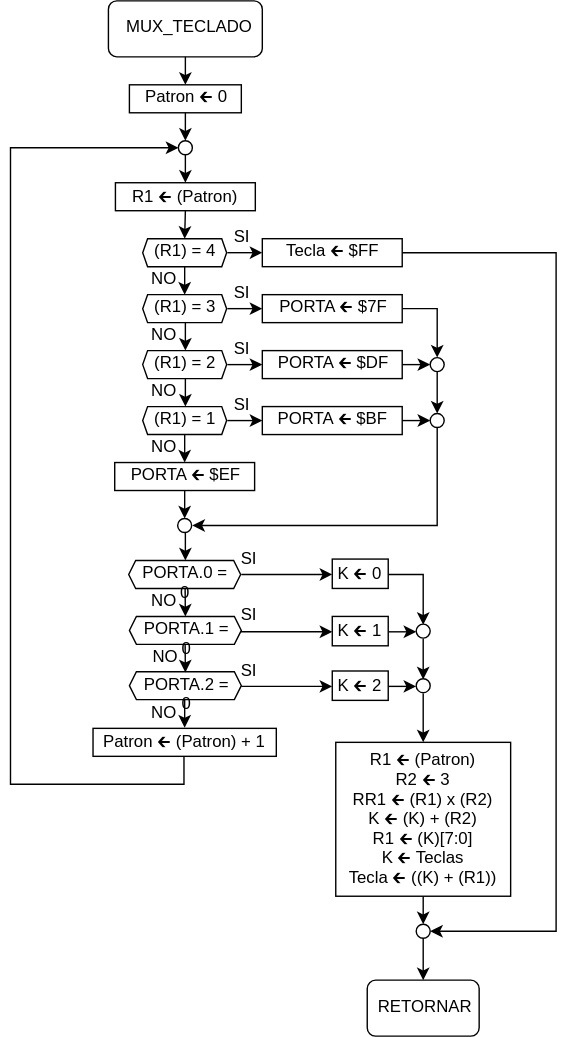
Above: PROYECTO/diagrams_svg/MUX_TECLADO.svg in slealq/micros (draw.io), before the change. Source tidied: cells renumbered, new cells last; positions are measured from the earlier drawing's top-left corner, leaving out a move shared by most shapes.
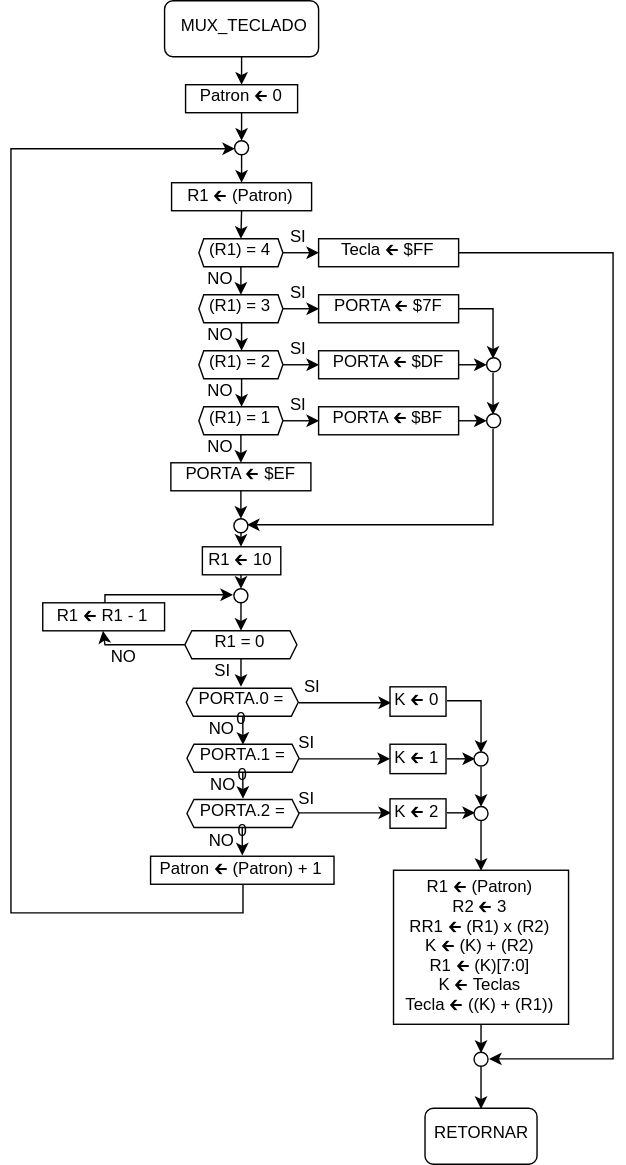
After the commit.

Diff of the diagram source:
```diff
@@ -77,7 +77,7 @@
       <mxGeometry relative="1" as="geometry">
         <Array as="points">
           <mxPoint x="390" y="180" />
-          <mxPoint x="390" y="665" />
+          <mxPoint x="390" y="756" />
         </Array>
       </mxGeometry>
     </mxCell>
@@ -96,9 +96,9 @@
     <mxCell id="28" value="PORTA 🡰 $BF" style="rounded=0;whiteSpace=wrap;html=1;" parent="1" vertex="1">
       <mxGeometry x="180" y="290" width="100" height="20" as="geometry" />
     </mxCell>
-    <mxCell id="29" style="edgeStyle=orthogonalEdgeStyle;rounded=0;jettySize=auto;html=1;exitX=0.5;exitY=1;exitDx=0;exitDy=0;entryX=0.5;entryY=0;entryDx=0;entryDy=0;" parent="1" edge="1" source="30" target="47">
-      <mxGeometry relative="1" as="geometry" />
-    </mxCell>
+    <mxCell id="78" style="edgeStyle=orthogonalEdgeStyle;rounded=0;jettySize=auto;html=1;exitX=0.5;exitY=1;exitDx=0;exitDy=0;entryX=0.5;entryY=0;entryDx=0;entryDy=0;" parent="1" edge="1" source="30" target="80">
+      <mxGeometry relative="1" as="geometry" />
+    </mxCell>
     <mxCell id="30" style="ellipse;whiteSpace=wrap;align=center;html=1;" parent="1" vertex="1">
       <mxGeometry x="119.5" y="370" width="10" height="10" as="geometry" />
     </mxCell>
@@ -157,117 +157,160 @@
       <mxGeometry relative="1" as="geometry" />
     </mxCell>
     <mxCell id="47" value="PORTA.0 = 0" style="shape=hexagon;perimeter=hexagonPerimeter2;whiteSpace=wrap;html=1;size=0.06238095238095184;" parent="1" vertex="1">
-      <mxGeometry x="84.5" y="400" width="80" height="20" as="geometry" />
+      <mxGeometry x="85.5" y="491" width="80" height="20" as="geometry" />
     </mxCell>
     <mxCell id="48" style="edgeStyle=orthogonalEdgeStyle;rounded=0;jettySize=auto;html=1;exitX=1;exitY=0.5;exitDx=0;exitDy=0;" parent="1" edge="1" source="49" target="63">
       <mxGeometry relative="1" as="geometry">
         <Array as="points">
-          <mxPoint x="210" y="451" />
-          <mxPoint x="210" y="451" />
+          <mxPoint x="211" y="542" />
+          <mxPoint x="211" y="542" />
         </Array>
       </mxGeometry>
     </mxCell>
     <mxCell id="49" value="PORTA.1 = 0" style="shape=hexagon;perimeter=hexagonPerimeter2;whiteSpace=wrap;html=1;size=0.06238095238095184;" parent="1" vertex="1">
-      <mxGeometry x="85" y="440" width="80" height="20" as="geometry" />
+      <mxGeometry x="86" y="531" width="80" height="20" as="geometry" />
     </mxCell>
     <mxCell id="50" style="edgeStyle=orthogonalEdgeStyle;rounded=0;orthogonalLoop=1;jettySize=auto;html=1;exitX=0.5;exitY=1;exitDx=0;exitDy=0;entryX=0.5;entryY=0;entryDx=0;entryDy=0;" parent="1" edge="1">
       <mxGeometry relative="1" as="geometry">
-        <mxPoint x="124.8" y="419.9" as="sourcePoint" />
-        <mxPoint x="124.8" y="439.9" as="targetPoint" />
+        <mxPoint x="125.8" y="510.9" as="sourcePoint" />
+        <mxPoint x="125.8" y="530.9" as="targetPoint" />
       </mxGeometry>
     </mxCell>
     <mxCell id="51" style="edgeStyle=orthogonalEdgeStyle;rounded=0;jettySize=auto;html=1;exitX=1;exitY=0.5;exitDx=0;exitDy=0;entryX=0;entryY=0.5;entryDx=0;entryDy=0;" parent="1" edge="1" source="52" target="65">
       <mxGeometry relative="1" as="geometry" />
     </mxCell>
     <mxCell id="52" value="PORTA.2 = 0" style="shape=hexagon;perimeter=hexagonPerimeter2;whiteSpace=wrap;html=1;size=0.06238095238095184;" parent="1" vertex="1">
-      <mxGeometry x="85" y="479.5" width="80" height="20" as="geometry" />
+      <mxGeometry x="86" y="570.5" width="80" height="20" as="geometry" />
     </mxCell>
     <mxCell id="53" style="edgeStyle=orthogonalEdgeStyle;rounded=0;orthogonalLoop=1;jettySize=auto;html=1;exitX=0.5;exitY=1;exitDx=0;exitDy=0;entryX=0.5;entryY=0;entryDx=0;entryDy=0;" parent="1" edge="1">
       <mxGeometry relative="1" as="geometry">
-        <mxPoint x="124.8" y="459.9" as="sourcePoint" />
-        <mxPoint x="124.9" y="479.6" as="targetPoint" />
+        <mxPoint x="125.8" y="550.9" as="sourcePoint" />
+        <mxPoint x="125.9" y="570.6" as="targetPoint" />
       </mxGeometry>
     </mxCell>
     <mxCell id="54" value="NO" style="text;strokeColor=none;fillColor=none;align=center;verticalAlign=middle;whiteSpace=wrap;rounded=0;html=1;" parent="1" vertex="1">
-      <mxGeometry x="89.5" y="420" width="40" height="20" as="geometry" />
+      <mxGeometry x="90.5" y="511" width="40" height="20" as="geometry" />
     </mxCell>
     <mxCell id="55" value="NO" style="text;strokeColor=none;fillColor=none;align=center;verticalAlign=middle;whiteSpace=wrap;rounded=0;html=1;" parent="1" vertex="1">
-      <mxGeometry x="90" y="460" width="40" height="20" as="geometry" />
+      <mxGeometry x="91" y="551" width="40" height="20" as="geometry" />
     </mxCell>
     <mxCell id="56" value="NO" style="text;strokeColor=none;fillColor=none;align=center;verticalAlign=middle;whiteSpace=wrap;rounded=0;html=1;" parent="1" vertex="1">
-      <mxGeometry x="89.5" y="500" width="40" height="20" as="geometry" />
+      <mxGeometry x="90.5" y="591" width="40" height="20" as="geometry" />
     </mxCell>
     <mxCell id="57" style="endArrow=classic;html=1;exitX=0.5;exitY=1;exitDx=0;exitDy=0;entryX=0.5;entryY=0;entryDx=0;entryDy=0;" parent="1" edge="1">
       <mxGeometry relative="1" as="geometry">
-        <mxPoint x="124.5" y="499.5" as="sourcePoint" />
-        <mxPoint x="124.5" y="519.5" as="targetPoint" />
+        <mxPoint x="125.5" y="590.5" as="sourcePoint" />
+        <mxPoint x="125.5" y="610.5" as="targetPoint" />
       </mxGeometry>
     </mxCell>
     <mxCell id="58" style="edgeStyle=orthogonalEdgeStyle;rounded=0;jettySize=auto;html=1;exitX=0.5;exitY=1;exitDx=0;exitDy=0;entryX=0;entryY=0.5;entryDx=0;entryDy=0;" parent="1" edge="1" source="59" target="5">
       <mxGeometry relative="1" as="geometry">
         <Array as="points">
-          <mxPoint x="124" y="560" />
-          <mxPoint y="560" />
-          <mxPoint y="105" />
+          <mxPoint x="126" y="651" />
+          <mxPoint x="-40" y="651" />
+          <mxPoint x="-40" y="105" />
         </Array>
       </mxGeometry>
     </mxCell>
     <mxCell id="59" value="Patron 🡰 (Patron) + 1" style="rounded=0;" parent="1" vertex="1">
-      <mxGeometry x="59" y="520" width="131" height="20" as="geometry" />
+      <mxGeometry x="60" y="611" width="131" height="20" as="geometry" />
     </mxCell>
     <mxCell id="60" style="edgeStyle=orthogonalEdgeStyle;rounded=0;jettySize=auto;html=1;exitX=1;exitY=0.5;exitDx=0;exitDy=0;entryX=0.5;entryY=0;entryDx=0;entryDy=0;" parent="1" edge="1" source="61" target="67">
       <mxGeometry relative="1" as="geometry" />
     </mxCell>
     <mxCell id="61" value="K 🡰 0" style="rounded=0;" parent="1" vertex="1">
-      <mxGeometry x="230" y="399" width="40" height="21" as="geometry" />
+      <mxGeometry x="231" y="490" width="40" height="21" as="geometry" />
     </mxCell>
     <mxCell id="62" style="edgeStyle=orthogonalEdgeStyle;rounded=0;jettySize=auto;html=1;exitX=1;exitY=0.5;exitDx=0;exitDy=0;entryX=0;entryY=0.5;entryDx=0;entryDy=0;" parent="1" edge="1" source="63" target="67">
       <mxGeometry relative="1" as="geometry" />
     </mxCell>
     <mxCell id="63" value="K 🡰 1" style="rounded=0;" parent="1" vertex="1">
-      <mxGeometry x="230" y="440" width="40" height="21" as="geometry" />
+      <mxGeometry x="231" y="531" width="40" height="21" as="geometry" />
     </mxCell>
     <mxCell id="64" style="edgeStyle=orthogonalEdgeStyle;rounded=0;jettySize=auto;html=1;exitX=1;exitY=0.5;exitDx=0;exitDy=0;entryX=0;entryY=0.5;entryDx=0;entryDy=0;" parent="1" edge="1" source="65" target="69">
       <mxGeometry relative="1" as="geometry" />
     </mxCell>
     <mxCell id="65" value="K 🡰 2" style="rounded=0;" parent="1" vertex="1">
-      <mxGeometry x="230" y="479" width="40" height="21" as="geometry" />
+      <mxGeometry x="231" y="570" width="40" height="21" as="geometry" />
     </mxCell>
     <mxCell id="66" style="edgeStyle=orthogonalEdgeStyle;rounded=0;jettySize=auto;html=1;exitX=0.5;exitY=1;exitDx=0;exitDy=0;entryX=0.5;entryY=0;entryDx=0;entryDy=0;" parent="1" edge="1" source="67" target="69">
       <mxGeometry relative="1" as="geometry" />
     </mxCell>
     <mxCell id="67" style="ellipse;whiteSpace=wrap;align=center;html=1;" parent="1" vertex="1">
-      <mxGeometry x="290" y="445.5" width="10" height="10" as="geometry" />
+      <mxGeometry x="291" y="536.5" width="10" height="10" as="geometry" />
     </mxCell>
     <mxCell id="68" style="edgeStyle=orthogonalEdgeStyle;rounded=0;jettySize=auto;html=1;exitX=0.5;exitY=1;exitDx=0;exitDy=0;entryX=0.5;entryY=0;entryDx=0;entryDy=0;" parent="1" edge="1" source="69" target="71">
       <mxGeometry relative="1" as="geometry" />
     </mxCell>
     <mxCell id="69" style="ellipse;whiteSpace=wrap;align=center;html=1;" parent="1" vertex="1">
-      <mxGeometry x="290" y="484.5" width="10" height="10" as="geometry" />
+      <mxGeometry x="291" y="575.5" width="10" height="10" as="geometry" />
     </mxCell>
     <mxCell id="70" style="edgeStyle=orthogonalEdgeStyle;rounded=0;jettySize=auto;html=1;exitX=0.5;exitY=1;exitDx=0;exitDy=0;entryX=0.5;entryY=0;entryDx=0;entryDy=0;" parent="1" edge="1" source="71" target="73">
       <mxGeometry relative="1" as="geometry" />
     </mxCell>
     <mxCell id="71" value="R1 🡰 (Patron)&#10;R2 🡰 3&#10;RR1 🡰 (R1) x (R2)&#10;K 🡰 (K) + (R2)&#10;R1 🡰 (K)[7:0]&#10;K 🡰 Teclas&#10;Tecla 🡰 ((K) + (R1))" style="rounded=0;" parent="1" vertex="1">
-      <mxGeometry x="232.5" y="530" width="125" height="110" as="geometry" />
+      <mxGeometry x="233.5" y="621" width="125" height="110" as="geometry" />
     </mxCell>
     <mxCell id="72" style="edgeStyle=orthogonalEdgeStyle;rounded=0;jettySize=auto;html=1;exitX=0.5;exitY=1;exitDx=0;exitDy=0;entryX=0.5;entryY=0;entryDx=0;entryDy=0;" parent="1" edge="1" source="73" target="74">
       <mxGeometry relative="1" as="geometry" />
     </mxCell>
     <mxCell id="73" style="ellipse;whiteSpace=wrap;align=center;html=1;" parent="1" vertex="1">
-      <mxGeometry x="290" y="660" width="10" height="10" as="geometry" />
+      <mxGeometry x="291" y="751" width="10" height="10" as="geometry" />
     </mxCell>
     <mxCell id="74" value="RETORNAR" style="rounded=1;whiteSpace=wrap;html=1;" parent="1" vertex="1">
-      <mxGeometry x="255" y="700" width="80" height="40" as="geometry" />
+      <mxGeometry x="256" y="791" width="80" height="40" as="geometry" />
     </mxCell>
     <mxCell id="75" value="SI" style="text;strokeColor=none;fillColor=none;align=center;verticalAlign=middle;whiteSpace=wrap;rounded=0;html=1;" parent="1" vertex="1">
-      <mxGeometry x="150" y="390" width="40" height="20" as="geometry" />
+      <mxGeometry x="155" y="480.5" width="40" height="20" as="geometry" />
     </mxCell>
     <mxCell id="76" value="SI" style="text;strokeColor=none;fillColor=none;align=center;verticalAlign=middle;whiteSpace=wrap;rounded=0;html=1;" parent="1" vertex="1">
-      <mxGeometry x="150" y="430" width="40" height="20" as="geometry" />
+      <mxGeometry x="151" y="521" width="40" height="20" as="geometry" />
     </mxCell>
     <mxCell id="77" value="SI" style="text;strokeColor=none;fillColor=none;align=center;verticalAlign=middle;whiteSpace=wrap;rounded=0;html=1;" parent="1" vertex="1">
-      <mxGeometry x="150" y="470" width="40" height="20" as="geometry" />
+      <mxGeometry x="151" y="561" width="40" height="20" as="geometry" />
     </mxCell>
+    <mxCell id="79" style="edgeStyle=orthogonalEdgeStyle;rounded=0;jettySize=auto;html=1;exitX=0.5;exitY=1;exitDx=0;exitDy=0;entryX=0.5;entryY=0;entryDx=0;entryDy=0;" parent="1" edge="1" source="80" target="89">
+      <mxGeometry relative="1" as="geometry" />
+    </mxCell>
+    <mxCell id="80" value="R1 🡰 10" style="rounded=0;" parent="1" vertex="1">
+      <mxGeometry x="97" y="390" width="56" height="20" as="geometry" />
+    </mxCell>
+    <mxCell id="81" style="edgeStyle=orthogonalEdgeStyle;rounded=0;jettySize=auto;html=1;exitX=0.5;exitY=1;exitDx=0;exitDy=0;" parent="1" edge="1" source="83">
+      <mxGeometry relative="1" as="geometry">
+        <mxPoint x="124.5" y="490" as="targetPoint" />
+      </mxGeometry>
+    </mxCell>
+    <mxCell id="82" style="edgeStyle=orthogonalEdgeStyle;rounded=0;jettySize=auto;html=1;exitX=0;exitY=0.5;exitDx=0;exitDy=0;entryX=0.5;entryY=1;entryDx=0;entryDy=0;" parent="1" edge="1" source="83" target="85">
+      <mxGeometry relative="1" as="geometry">
+        <Array as="points">
+          <mxPoint x="27" y="460" />
+        </Array>
+      </mxGeometry>
+    </mxCell>
+    <mxCell id="83" value="R1 = 0" style="shape=hexagon;perimeter=hexagonPerimeter2;whiteSpace=wrap;html=1;size=0.06238095238095184;" parent="1" vertex="1">
+      <mxGeometry x="84.5" y="450" width="80" height="20" as="geometry" />
+    </mxCell>
+    <mxCell id="84" style="edgeStyle=orthogonalEdgeStyle;rounded=0;jettySize=auto;html=1;exitX=0.5;exitY=0;exitDx=0;exitDy=0;entryX=0;entryY=0.5;entryDx=0;entryDy=0;" parent="1" edge="1" source="85" target="89">
+      <mxGeometry relative="1" as="geometry">
+        <Array as="points">
+          <mxPoint x="27" y="425" />
+        </Array>
+      </mxGeometry>
+    </mxCell>
+    <mxCell id="85" value="R1 🡰 R1 - 1" style="rounded=0;" parent="1" vertex="1">
+      <mxGeometry x="-17" y="430" width="87" height="20" as="geometry" />
+    </mxCell>
+    <mxCell id="86" value="SI" style="text;strokeColor=none;fillColor=none;align=center;verticalAlign=middle;whiteSpace=wrap;rounded=0;html=1;" parent="1" vertex="1">
+      <mxGeometry x="90.5" y="470" width="40" height="20" as="geometry" />
+    </mxCell>
+    <mxCell id="87" value="NO" style="text;strokeColor=none;fillColor=none;align=center;verticalAlign=middle;whiteSpace=wrap;rounded=0;html=1;" parent="1" vertex="1">
+      <mxGeometry x="20" y="460" width="40" height="20" as="geometry" />
+    </mxCell>
+    <mxCell id="88" style="edgeStyle=orthogonalEdgeStyle;rounded=0;jettySize=auto;html=1;exitX=0.5;exitY=1;exitDx=0;exitDy=0;entryX=0.5;entryY=0;entryDx=0;entryDy=0;" parent="1" edge="1" source="89" target="83">
+      <mxGeometry relative="1" as="geometry" />
+    </mxCell>
+    <mxCell id="89" style="ellipse;whiteSpace=wrap;align=center;html=1;" parent="1" vertex="1">
+      <mxGeometry x="119.5" y="420" width="10" height="10" as="geometry" />
+    </mxCell>
   </root>
 </mxGraphModel>
```
